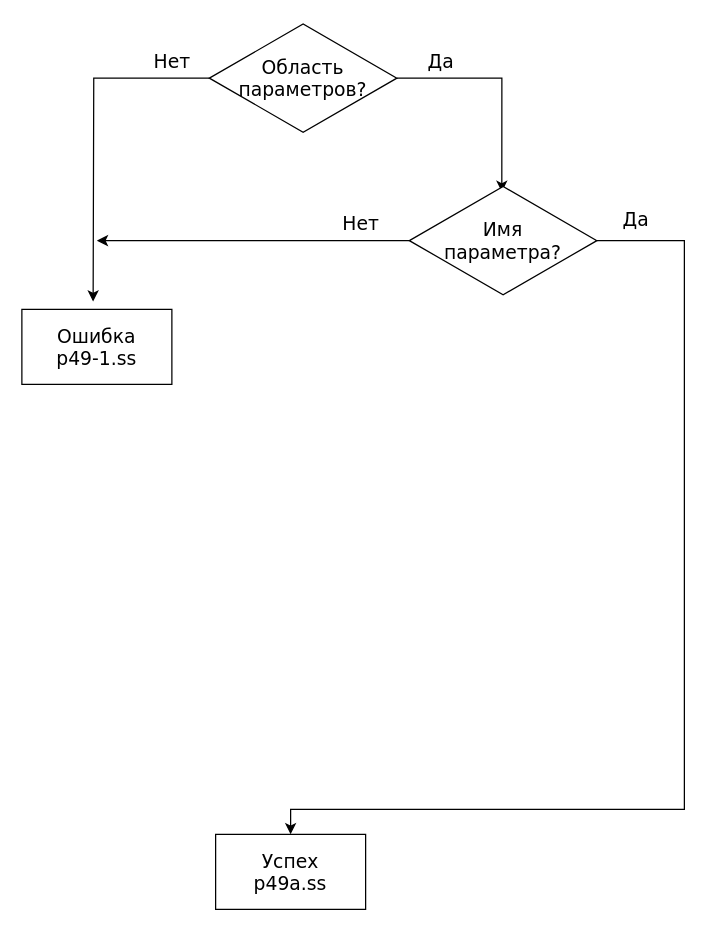
Earlier version of the draw.io diagram kp/curs2/docs/p49.drawio (ArtDu/Compiler-Theory). Source tidied: cells renumbered, new cells numbered last; positions are measured from the earlier drawing's top-left corner, leaving out a move shared by most shapes. Both pictures are drawn from the tidied source at 125%, with x=0, y=0 at pixel (21, 21).
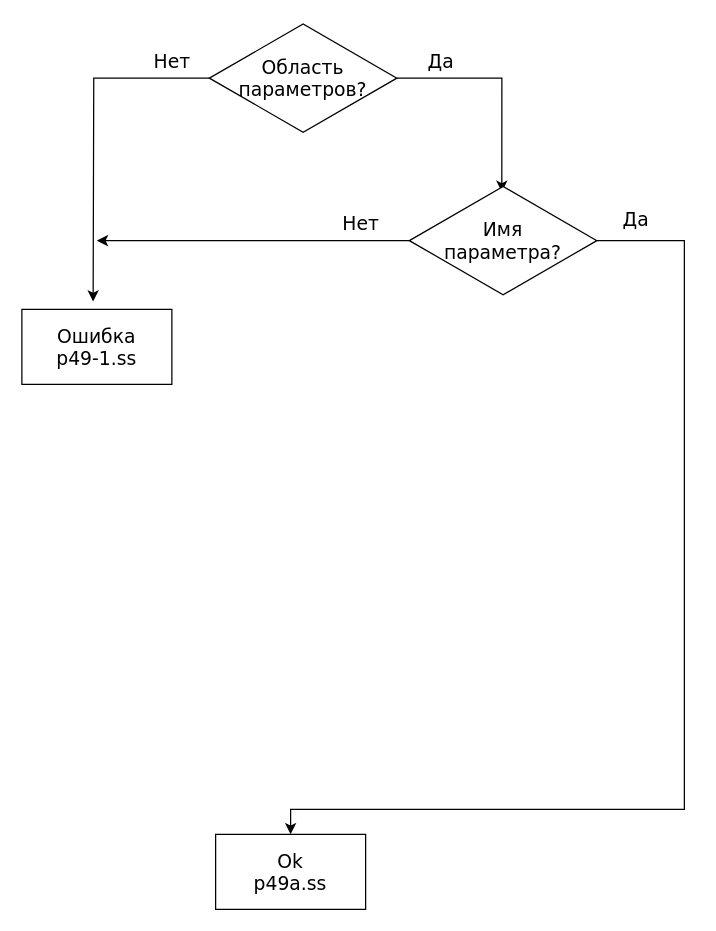
The same page after the edit.

The edit, as a diff of the source:
```diff
@@
 <mxGraphModel>
   <root>
     <mxCell id="0" />
     <mxCell id="1" parent="0" />
     <mxCell id="2" style="edgeStyle=orthogonalEdgeStyle;rounded=0;html=1;entryX=0.493;entryY=0.067;jettySize=auto;entryPerimeter=0;fontFamily=Verdana;fontSize=15;" parent="1" edge="1" source="6" target="11">
       <mxGeometry relative="1" as="geometry" />
     </mxCell>
     <mxCell id="3" value="Да" style="text;html=1;align=center;verticalAlign=middle;labelBackgroundColor=#ffffff;fontFamily=Verdana;fontSize=15;" parent="2" vertex="1">
       <mxGeometry x="-0.61" y="-2" relative="1" as="geometry">
         <mxPoint y="-17" as="offset" />
       </mxGeometry>
     </mxCell>
     <mxCell id="4" style="edgeStyle=orthogonalEdgeStyle;rounded=0;html=1;entryX=0.513;entryY=0.044;entryPerimeter=0;jettySize=auto;fontFamily=Verdana;fontSize=15;" parent="1" edge="1" source="6">
       <mxGeometry relative="1" as="geometry">
         <mxPoint x="57" y="223.8" as="targetPoint" />
       </mxGeometry>
     </mxCell>
     <mxCell id="5" value="Нет" style="text;html=1;align=center;verticalAlign=middle;labelBackgroundColor=#ffffff;fontFamily=Verdana;fontSize=15;" parent="4" vertex="1">
       <mxGeometry x="-0.78" y="-1" relative="1" as="geometry">
         <mxPoint x="-1" y="-14" as="offset" />
       </mxGeometry>
     </mxCell>
     <mxCell id="6" value="Область&lt;br style=&quot;font-size: 15px;&quot;&gt;параметров?" style="html=1;whiteSpace=wrap;shape=isoRectangle;fontFamily=Verdana;fontSize=15;" parent="1" vertex="1">
       <mxGeometry x="150" width="150" height="90" as="geometry" />
     </mxCell>
     <mxCell id="7" style="edgeStyle=orthogonalEdgeStyle;rounded=0;html=1;entryX=0.5;entryY=0;jettySize=auto;fontFamily=Verdana;fontSize=15;" parent="1" edge="1" source="11" target="12">
       <mxGeometry relative="1" as="geometry">
         <Array as="points">
           <mxPoint x="530" y="175" />
           <mxPoint x="530" y="630" />
           <mxPoint x="215" y="630" />
         </Array>
       </mxGeometry>
     </mxCell>
     <mxCell id="8" value="Да" style="text;html=1;align=center;verticalAlign=middle;labelBackgroundColor=#ffffff;fontFamily=Verdana;fontSize=15;" parent="7" vertex="1">
       <mxGeometry x="-0.38" relative="1" as="geometry">
         <mxPoint x="-40" y="-214.5" as="offset" />
       </mxGeometry>
     </mxCell>
     <mxCell id="9" style="edgeStyle=orthogonalEdgeStyle;rounded=0;html=1;jettySize=auto;fontFamily=Verdana;fontSize=15;" parent="1" edge="1" source="11">
       <mxGeometry relative="1" as="geometry">
         <mxPoint x="60" y="175" as="targetPoint" />
       </mxGeometry>
     </mxCell>
     <mxCell id="10" value="Нет" style="text;html=1;align=center;verticalAlign=middle;labelBackgroundColor=#ffffff;fontFamily=Verdana;fontSize=15;" parent="9" vertex="1">
       <mxGeometry x="-0.68" relative="1" as="geometry">
         <mxPoint y="-15" as="offset" />
       </mxGeometry>
     </mxCell>
     <mxCell id="11" value="Имя&lt;br style=&quot;font-size: 15px;&quot;&gt;параметра?" style="html=1;whiteSpace=wrap;shape=isoRectangle;fontFamily=Verdana;fontSize=15;" parent="1" vertex="1">
       <mxGeometry x="310" y="130" width="150" height="90" as="geometry" />
     </mxCell>
-    <mxCell id="12" value="Успех&lt;br&gt;p49a.ss&lt;br&gt;" style="rounded=0;whiteSpace=wrap;html=1;fontFamily=Verdana;fontSize=15;" parent="1" vertex="1">
+    <mxCell id="12" value="Ok&lt;br&gt;p49a.ss&lt;br&gt;" style="rounded=0;whiteSpace=wrap;html=1;fontFamily=Verdana;fontSize=15;" parent="1" vertex="1">
       <mxGeometry x="155" y="650" width="120" height="60" as="geometry" />
     </mxCell>
     <mxCell id="13" value="Ошибка&lt;br&gt;p49-1.ss&lt;br&gt;" style="rounded=0;whiteSpace=wrap;html=1;fontFamily=Verdana;fontSize=15;" parent="1" vertex="1">
       <mxGeometry y="230" width="120" height="60" as="geometry" />
     </mxCell>
   </root>
 </mxGraphModel>
```
